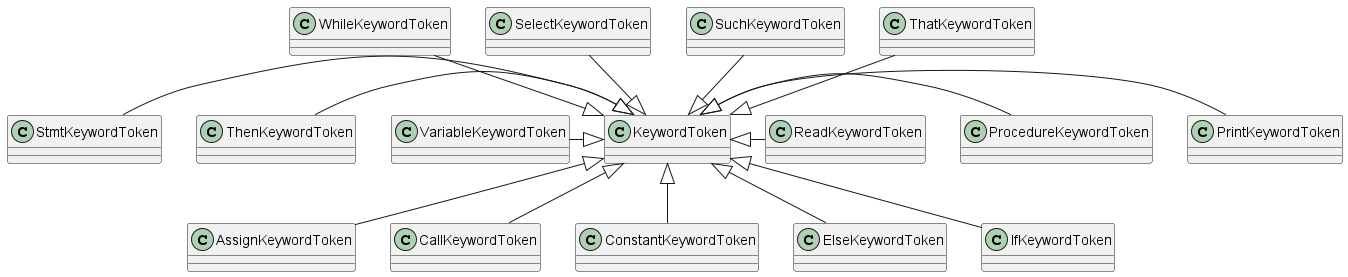
This is Team18/Docs/SP/DiagramsV2/TokensOverview/KeywordsToken/KeywordsToken.png from NicsunXnus/SoftwareEngineeringProject, a PlantUML export, as it was before one commit. Source of this version:
```plantuml
@startuml
    AssignKeywordToken -up-|> KeywordToken
    CallKeywordToken -up-|> KeywordToken
    ConstantKeywordToken -up-|> KeywordToken
    ElseKeywordToken -up-|> KeywordToken
    IfKeywordToken -up-|> KeywordToken
    PrintKeywordToken -left-|> KeywordToken
    ProcedureKeywordToken -left-|> KeywordToken
    ReadKeywordToken -left-|> KeywordToken
    StmtKeywordToken -right-|> KeywordToken
    ThenKeywordToken -right-|> KeywordToken
    VariableKeywordToken -right-|> KeywordToken
    WhileKeywordToken -down-|> KeywordToken
    SelectKeywordToken -down-|> KeywordToken
    SuchKeywordToken -down-|> KeywordToken
    ThatKeywordToken -down-|> KeywordToken
@enduml
```
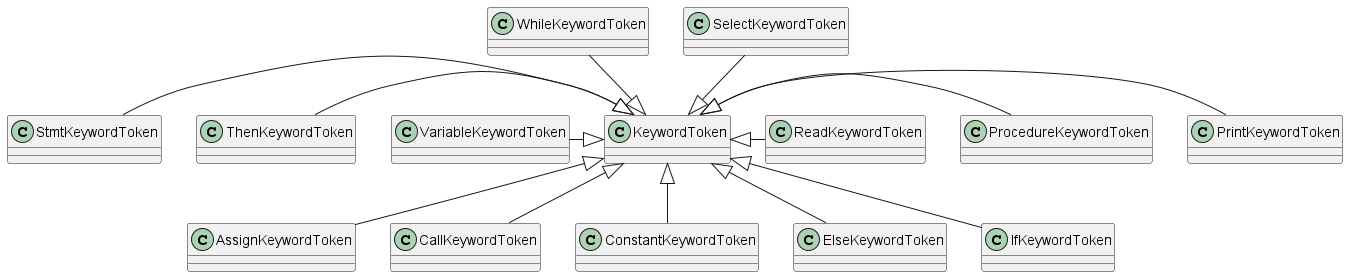
Later version of the same file.

What changed in the source:
```diff
@@ -12,6 +12,4 @@
     VariableKeywordToken -right-|> KeywordToken
     WhileKeywordToken -down-|> KeywordToken
     SelectKeywordToken -down-|> KeywordToken
-    SuchKeywordToken -down-|> KeywordToken
-    ThatKeywordToken -down-|> KeywordToken
 @enduml
```
